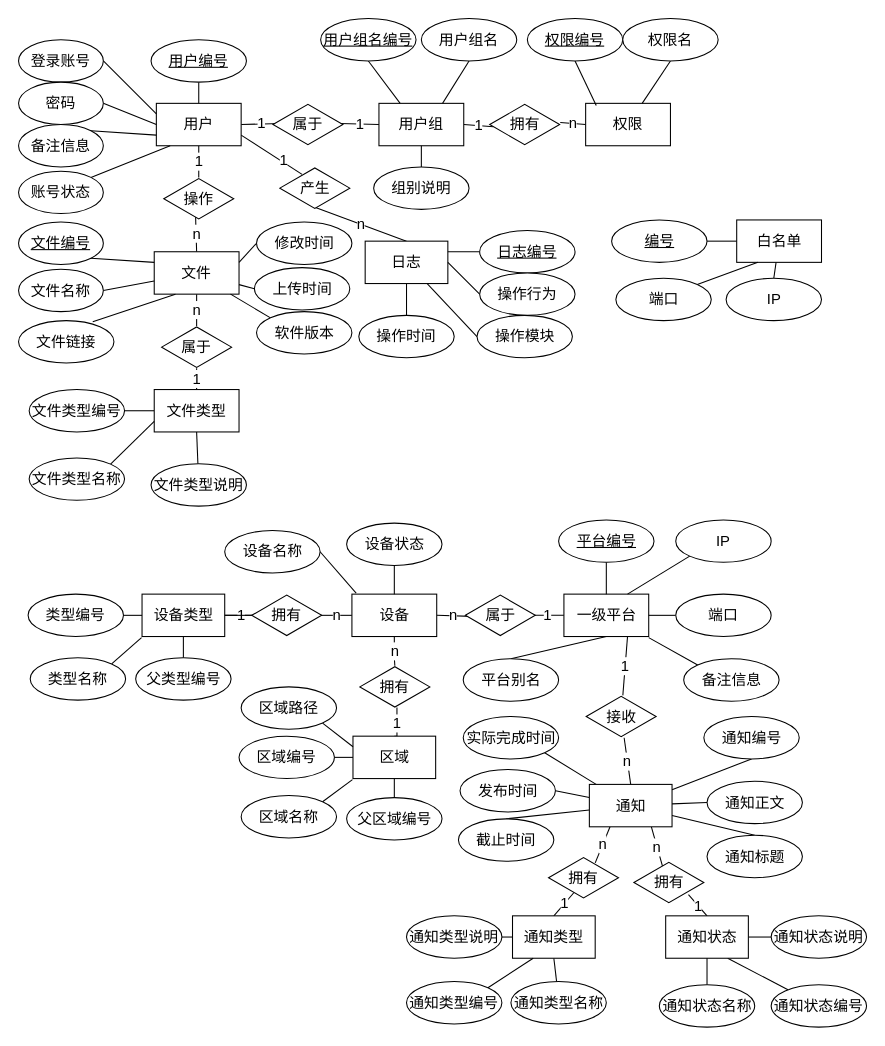
The draw.io diagram E-R.drawio in waterwatermelon/graph, before the edit. Source tidied: cells renumbered, new cells numbered last; positions are measured from the earlier drawing's top-left corner, leaving out a move shared by most shapes. Both pictures are drawn from the tidied source at 106%, with x=0, y=0 at pixel (18, 18).
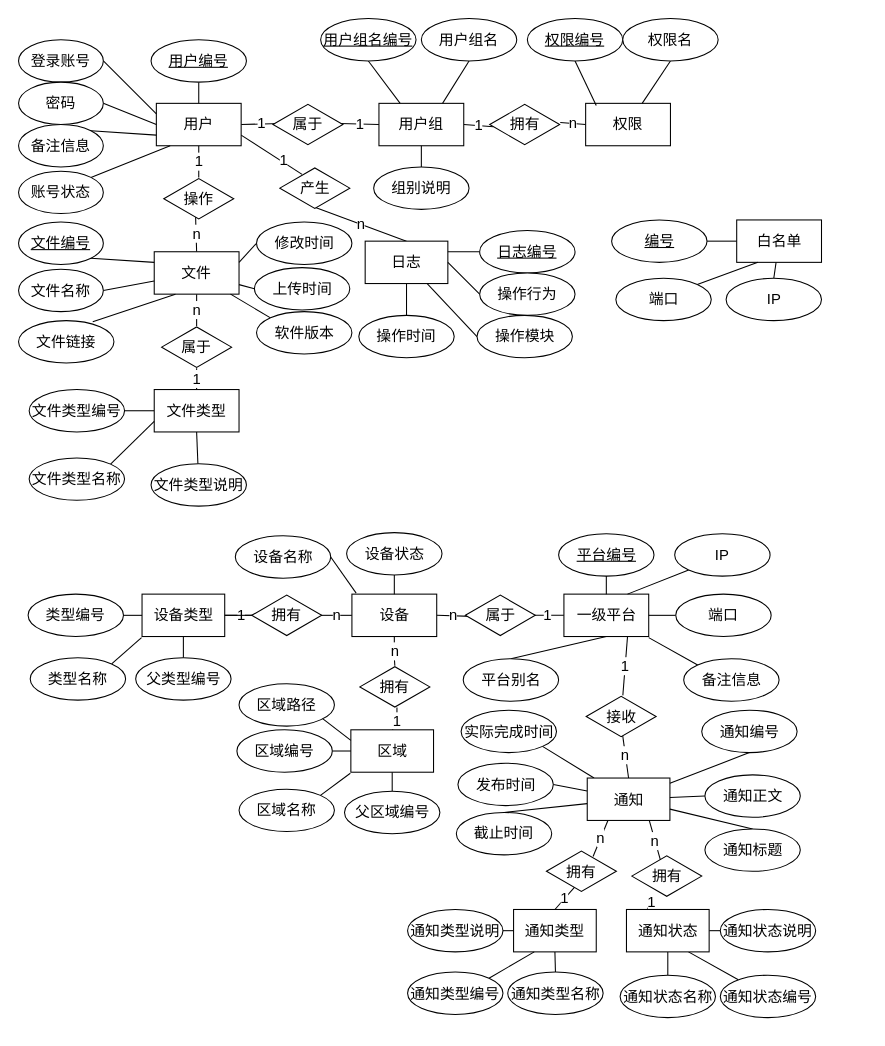
The same diagram, later.

The change refers to these unchanged cells:
```xml
<mxCell id="146" value="接收" style="html=1;whiteSpace=wrap;shape=isoRectangle;fontSize=14;" parent="1" vertex="1">
  <mxGeometry x="535.5" y="638.5" width="66" height="40" as="geometry" />
</mxCell>
```

The edit, as a diff of the source:
```diff
@@
     <mxCell id="36" value="设备名称" style="ellipse;whiteSpace=wrap;html=1;fontSize=14;" parent="1" vertex="1">
-      <mxGeometry x="194.5" y="483" width="90" height="40" as="geometry" />
+      <mxGeometry x="204.5" y="488" width="90" height="40" as="geometry" />
     </mxCell>
@@
     <mxCell id="39" value="&lt;u style=&quot;font-size: 14px;&quot;&gt;平台编号&lt;/u&gt;" style="ellipse;whiteSpace=wrap;html=1;fontSize=14;" parent="1" vertex="1">
-      <mxGeometry x="509.5" y="473" width="90" height="40" as="geometry" />
+      <mxGeometry x="509.5" y="486" width="90" height="40" as="geometry" />
     </mxCell>
@@
     <mxCell id="41" value="设备状态" style="ellipse;whiteSpace=wrap;html=1;fontSize=14;" parent="1" vertex="1">
-      <mxGeometry x="309.5" y="476" width="90" height="40" as="geometry" />
+      <mxGeometry x="309.5" y="485" width="90" height="40" as="geometry" />
     </mxCell>
@@
     <mxCell id="43" value="IP" style="ellipse;whiteSpace=wrap;html=1;fontSize=14;" parent="1" vertex="1">
-      <mxGeometry x="620" y="473" width="90" height="40" as="geometry" />
+      <mxGeometry x="619" y="486" width="90" height="40" as="geometry" />
     </mxCell>
@@
     <mxCell id="72" value="区域" style="rounded=0;whiteSpace=wrap;html=1;fontSize=14;" parent="1" vertex="1">
-      <mxGeometry x="315.5" y="677" width="78" height="40" as="geometry" />
+      <mxGeometry x="313.5" y="671" width="78" height="40" as="geometry" />
     </mxCell>
@@
     <mxCell id="75" value="区域编号" style="ellipse;whiteSpace=wrap;html=1;fontSize=14;" parent="1" vertex="1">
-      <mxGeometry x="208" y="677" width="90" height="40" as="geometry" />
+      <mxGeometry x="206" y="671" width="90" height="40" as="geometry" />
     </mxCell>
     <mxCell id="76" style="edgeStyle=none;rounded=0;jettySize=auto;html=1;exitX=1;exitY=0;exitDx=0;exitDy=0;endArrow=none;endFill=0;fontSize=14;" parent="1" edge="1" source="77">
       <mxGeometry relative="1" as="geometry">
-        <mxPoint x="315" y="718" as="targetPoint" />
+        <mxPoint x="313" y="712" as="targetPoint" />
       </mxGeometry>
     </mxCell>
     <mxCell id="77" value="区域名称" style="ellipse;whiteSpace=wrap;html=1;fontSize=14;" parent="1" vertex="1">
-      <mxGeometry x="210" y="733" width="90" height="40" as="geometry" />
+      <mxGeometry x="208" y="727" width="90" height="40" as="geometry" />
     </mxCell>
@@
     <mxCell id="79" value="父区域编号" style="ellipse;whiteSpace=wrap;html=1;fontSize=14;" parent="1" vertex="1">
-      <mxGeometry x="309.5" y="735" width="90" height="40" as="geometry" />
+      <mxGeometry x="307.5" y="729" width="90" height="40" as="geometry" />
     </mxCell>
-    <mxCell id="80" style="edgeStyle=none;rounded=0;jettySize=auto;html=1;exitX=1;exitY=1;exitDx=0;exitDy=0;entryX=0;entryY=0.25;entryDx=0;entryDy=0;endArrow=none;endFill=0;fontSize=14;" parent="1" edge="1" source="81" target="72">
-      <mxGeometry relative="1" as="geometry" />
+    <mxCell id="80" style="edgeStyle=none;rounded=0;jettySize=auto;html=1;exitX=1;exitY=1;exitDx=0;exitDy=0;entryX=0;entryY=0.25;entryDx=0;entryDy=0;endArrow=none;endFill=0;fontSize=14;" parent="1" edge="1" target="72">
+      <mxGeometry relative="1" as="geometry">
+        <mxPoint x="285" y="659" as="sourcePoint" />
+      </mxGeometry>
     </mxCell>
     <mxCell id="81" value="区域路径" style="ellipse;whiteSpace=wrap;html=1;fontSize=14;" parent="1" vertex="1">
-      <mxGeometry x="210" y="630.5" width="90" height="40" as="geometry" />
+      <mxGeometry x="208" y="627.5" width="90" height="40" as="geometry" />
     </mxCell>
@@
     <mxCell id="107" value="发布时间" style="ellipse;whiteSpace=wrap;html=1;fontSize=14;" parent="1" vertex="1">
-      <mxGeometry x="416.5" y="708.5" width="90" height="40" as="geometry" />
+      <mxGeometry x="414.5" y="702.5" width="90" height="40" as="geometry" />
     </mxCell>
@@
     <mxCell id="109" value="实际完成时间" style="ellipse;whiteSpace=wrap;html=1;fontSize=14;" parent="1" vertex="1">
-      <mxGeometry x="419.5" y="658.5" width="90" height="40" as="geometry" />
+      <mxGeometry x="417.5" y="652.5" width="90" height="40" as="geometry" />
     </mxCell>
@@
     <mxCell id="111" value="截止时间" style="ellipse;whiteSpace=wrap;html=1;fontSize=14;" parent="1" vertex="1">
-      <mxGeometry x="415" y="755" width="90" height="40" as="geometry" />
+      <mxGeometry x="413" y="749" width="90" height="40" as="geometry" />
     </mxCell>
-    <mxCell id="112" value="n" style="edgeStyle=none;rounded=0;jettySize=auto;html=1;exitX=0.5;exitY=0;exitDx=0;exitDy=0;endArrow=none;endFill=0;fontSize=14;" parent="1" edge="1" source="115" target="146">
-      <mxGeometry relative="1" as="geometry" />
+    <mxCell id="112" value="n" style="edgeStyle=none;rounded=0;jettySize=auto;html=1;exitX=0.5;exitY=0;exitDx=0;exitDy=0;endArrow=none;endFill=0;fontSize=14;" parent="1" edge="1" source="115">
+      <mxGeometry relative="1" as="geometry">
+        <mxPoint x="569.4" y="672.5" as="targetPoint" />
+      </mxGeometry>
     </mxCell>
@@
     <mxCell id="115" value="通知" style="rounded=0;whiteSpace=wrap;html=1;fontSize=14;" parent="1" vertex="1">
-      <mxGeometry x="538.5" y="722.5" width="78" height="40" as="geometry" />
+      <mxGeometry x="536.5" y="716.5" width="78" height="40" as="geometry" />
     </mxCell>
@@
     <mxCell id="117" value="通知编号" style="ellipse;whiteSpace=wrap;html=1;fontSize=14;" parent="1" vertex="1">
-      <mxGeometry x="646.5" y="658.5" width="90" height="40" as="geometry" />
+      <mxGeometry x="644.5" y="652.5" width="90" height="40" as="geometry" />
     </mxCell>
@@
     <mxCell id="119" value="通知标题" style="ellipse;whiteSpace=wrap;html=1;fontSize=14;" parent="1" vertex="1">
-      <mxGeometry x="649.5" y="770.5" width="90" height="40" as="geometry" />
+      <mxGeometry x="647.5" y="764.5" width="90" height="40" as="geometry" />
     </mxCell>
@@
     <mxCell id="121" value="通知正文" style="ellipse;whiteSpace=wrap;html=1;fontSize=14;" parent="1" vertex="1">
-      <mxGeometry x="649.5" y="719.5" width="90" height="40" as="geometry" />
+      <mxGeometry x="647.5" y="713.5" width="90" height="40" as="geometry" />
     </mxCell>
@@
-    <mxCell id="125" value="1" style="edgeStyle=none;rounded=0;jettySize=auto;html=1;exitX=0.5;exitY=0;exitDx=0;exitDy=0;entryX=0.364;entryY=0.85;entryDx=0;entryDy=0;entryPerimeter=0;endArrow=none;endFill=0;fontSize=14;" parent="1" edge="1" source="126" target="151">
-      <mxGeometry relative="1" as="geometry" />
+    <mxCell id="125" value="1" style="edgeStyle=none;rounded=0;jettySize=auto;html=1;exitX=0.5;exitY=0;exitDx=0;exitDy=0;entryX=0.364;entryY=0.85;entryDx=0;entryDy=0;entryPerimeter=0;endArrow=none;endFill=0;fontSize=14;" parent="1" edge="1" source="126">
+      <mxGeometry relative="1" as="geometry">
+        <mxPoint x="525" y="819" as="targetPoint" />
+      </mxGeometry>
     </mxCell>
     <mxCell id="126" value="通知类型" style="rounded=0;whiteSpace=wrap;html=1;fontSize=14;" parent="1" vertex="1">
-      <mxGeometry x="466" y="846.5" width="78" height="40" as="geometry" />
+      <mxGeometry x="467" y="840.5" width="78" height="40" as="geometry" />
     </mxCell>
@@
     <mxCell id="128" value="通知类型编号" style="ellipse;whiteSpace=wrap;html=1;fontSize=14;" parent="1" vertex="1">
-      <mxGeometry x="366" y="908.5" width="90" height="40" as="geometry" />
+      <mxGeometry x="367" y="899.5" width="90" height="40" as="geometry" />
     </mxCell>
     <mxCell id="129" value="通知类型名称" style="ellipse;whiteSpace=wrap;html=1;fontSize=14;" parent="1" vertex="1">
-      <mxGeometry x="464.5" y="908.5" width="90" height="40" as="geometry" />
+      <mxGeometry x="461.5" y="899.5" width="90" height="40" as="geometry" />
     </mxCell>
@@
     <mxCell id="131" value="通知类型说明" style="ellipse;whiteSpace=wrap;html=1;fontSize=14;" parent="1" vertex="1">
-      <mxGeometry x="366" y="846.5" width="90" height="40" as="geometry" />
+      <mxGeometry x="367" y="840.5" width="90" height="40" as="geometry" />
     </mxCell>
@@
-    <mxCell id="144" value="1" style="edgeStyle=none;rounded=0;jettySize=auto;html=1;exitX=0.5;exitY=0;exitDx=0;exitDy=0;entryX=0.78;entryY=0.788;entryDx=0;entryDy=0;entryPerimeter=0;endArrow=none;endFill=0;fontSize=14;" parent="1" edge="1" source="145" target="152">
+    <mxCell id="144" value="1" style="edgeStyle=none;rounded=0;jettySize=auto;html=1;exitX=0.25;exitY=0;exitDx=0;exitDy=0;endArrow=none;endFill=0;fontSize=14;" parent="1" edge="1" source="145" target="152">
       <mxGeometry relative="1" as="geometry" />
     </mxCell>
     <mxCell id="145" value="通知状态" style="rounded=0;whiteSpace=wrap;html=1;fontSize=14;" parent="1" vertex="1">
-      <mxGeometry x="610.5" y="846.5" width="78" height="40" as="geometry" />
+      <mxGeometry x="573.5" y="840.5" width="78" height="40" as="geometry" />
     </mxCell>
@@
     <mxCell id="148" value="通知状态名称" style="ellipse;whiteSpace=wrap;html=1;fontSize=14;" parent="1" vertex="1">
-      <mxGeometry x="604.5" y="911.5" width="90" height="40" as="geometry" />
+      <mxGeometry x="567.5" y="902.5" width="90" height="40" as="geometry" />
     </mxCell>
     <mxCell id="149" value="通知状态说明" style="ellipse;whiteSpace=wrap;html=1;fontSize=14;" parent="1" vertex="1">
-      <mxGeometry x="710" y="846.5" width="90" height="40" as="geometry" />
+      <mxGeometry x="662" y="840.5" width="90" height="40" as="geometry" />
     </mxCell>
     <mxCell id="150" value="通知状态编号" style="ellipse;whiteSpace=wrap;html=1;fontSize=14;" parent="1" vertex="1">
-      <mxGeometry x="710" y="911.5" width="90" height="40" as="geometry" />
+      <mxGeometry x="662" y="902.5" width="90" height="40" as="geometry" />
     </mxCell>
     <mxCell id="151" value="拥有" style="html=1;whiteSpace=wrap;shape=isoRectangle;fontSize=14;" parent="1" vertex="1">
-      <mxGeometry x="500" y="790.5" width="66" height="40" as="geometry" />
+      <mxGeometry x="498" y="784.5" width="66" height="40" as="geometry" />
     </mxCell>
     <mxCell id="152" value="拥有" style="html=1;whiteSpace=wrap;shape=isoRectangle;fontSize=14;" parent="1" vertex="1">
-      <mxGeometry x="580.5" y="795" width="66" height="40" as="geometry" />
+      <mxGeometry x="578.5" y="789" width="66" height="40" as="geometry" />
     </mxCell>
```
